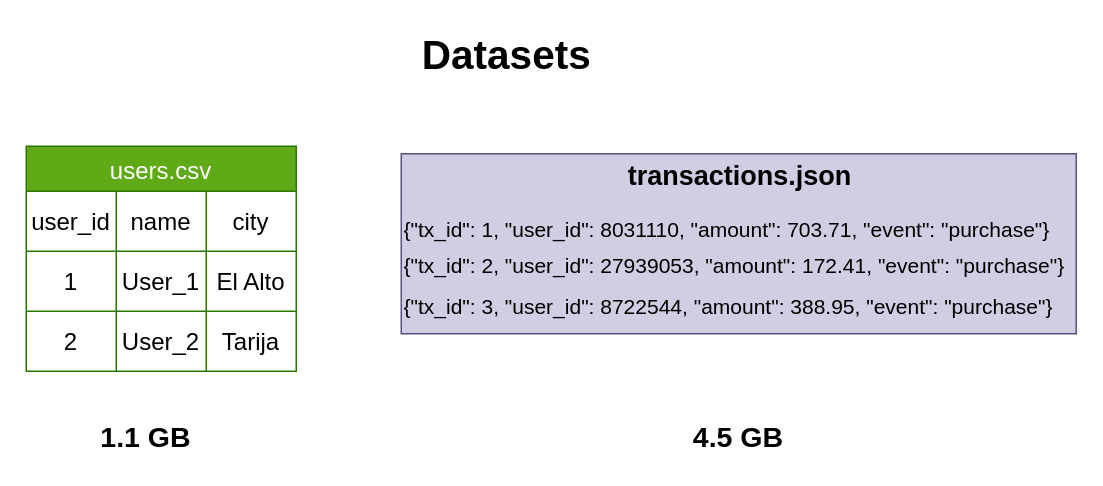
Earlier version of the draw.io diagram page "Datasets" (2 of 8) of assets/architecture.drawio (juanccq/processing-oom-datasets). Source tidied: cells renumbered, new cells numbered last; positions are measured from the earlier drawing's top-left corner, leaving out a move shared by most shapes. Both pictures are drawn from the tidied source at 150%, with x=0, y=0 at pixel (26, 26).
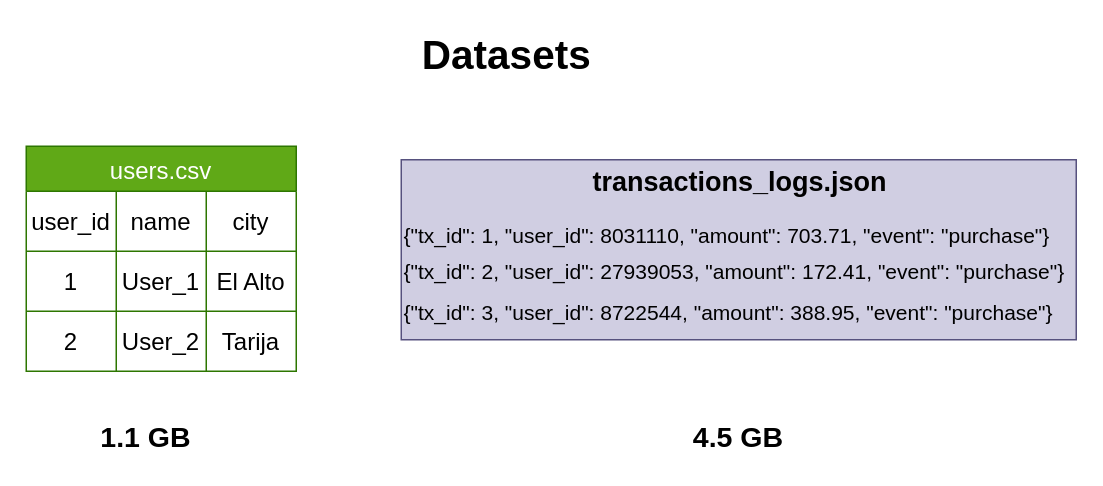
The same page after the edit.

What changed in the source:
```diff
@@
 <mxGraphModel>
   <root>
     <mxCell id="0" />
     <mxCell id="1" parent="0" />
     <mxCell id="2" value="users.csv" style="shape=table;startSize=30;childLayout=tableLayout;strokeColor=#2D7600;fontSize=16;fillColor=#60a917;fontColor=#ffffff;" parent="1" vertex="1">
       <mxGeometry y="80" width="180" height="150" as="geometry" />
     </mxCell>
     <mxCell id="3" style="shape=tableRow;horizontal=0;startSize=0;swimlaneHead=0;swimlaneBody=0;strokeColor=inherit;top=0;left=0;bottom=0;right=0;fillColor=none;fontSize=16;" parent="2" vertex="1">
       <mxGeometry y="30" width="180" height="40" as="geometry" />
     </mxCell>
     <mxCell id="4" value="user_id" style="shape=partialRectangle;html=1;whiteSpace=wrap;strokeColor=inherit;overflow=hidden;fillColor=none;top=0;left=0;bottom=0;right=0;fontSize=16;" parent="3" vertex="1">
       <mxGeometry width="60" height="40" as="geometry" />
     </mxCell>
     <mxCell id="5" value="name" style="shape=partialRectangle;html=1;whiteSpace=wrap;strokeColor=inherit;overflow=hidden;fillColor=none;top=0;left=0;bottom=0;right=0;fontSize=16;" parent="3" vertex="1">
       <mxGeometry x="60" width="60" height="40" as="geometry" />
     </mxCell>
     <mxCell id="6" value="city" style="shape=partialRectangle;html=1;whiteSpace=wrap;strokeColor=inherit;overflow=hidden;fillColor=none;top=0;left=0;bottom=0;right=0;fontSize=16;" parent="3" vertex="1">
       <mxGeometry x="120" width="60" height="40" as="geometry" />
     </mxCell>
     <mxCell id="7" style="shape=tableRow;horizontal=0;startSize=0;swimlaneHead=0;swimlaneBody=0;strokeColor=inherit;top=0;left=0;bottom=0;right=0;fillColor=none;fontSize=16;" parent="2" vertex="1">
       <mxGeometry y="70" width="180" height="40" as="geometry" />
     </mxCell>
     <mxCell id="8" value="1" style="shape=partialRectangle;html=1;whiteSpace=wrap;strokeColor=inherit;overflow=hidden;fillColor=none;top=0;left=0;bottom=0;right=0;fontSize=16;" parent="7" vertex="1">
       <mxGeometry width="60" height="40" as="geometry" />
     </mxCell>
     <mxCell id="9" value="User_1" style="shape=partialRectangle;html=1;whiteSpace=wrap;strokeColor=inherit;overflow=hidden;fillColor=none;top=0;left=0;bottom=0;right=0;fontSize=16;" parent="7" vertex="1">
       <mxGeometry x="60" width="60" height="40" as="geometry" />
     </mxCell>
     <mxCell id="10" value="El Alto" style="shape=partialRectangle;html=1;whiteSpace=wrap;strokeColor=inherit;overflow=hidden;fillColor=none;top=0;left=0;bottom=0;right=0;fontSize=16;" parent="7" vertex="1">
       <mxGeometry x="120" width="60" height="40" as="geometry" />
     </mxCell>
     <mxCell id="11" style="shape=tableRow;horizontal=0;startSize=0;swimlaneHead=0;swimlaneBody=0;strokeColor=inherit;top=0;left=0;bottom=0;right=0;fillColor=none;fontSize=16;" parent="2" vertex="1">
       <mxGeometry y="110" width="180" height="40" as="geometry" />
     </mxCell>
     <mxCell id="12" value="2" style="shape=partialRectangle;html=1;whiteSpace=wrap;strokeColor=inherit;overflow=hidden;fillColor=none;top=0;left=0;bottom=0;right=0;fontSize=16;" parent="11" vertex="1">
       <mxGeometry width="60" height="40" as="geometry" />
     </mxCell>
     <mxCell id="13" value="User_2" style="shape=partialRectangle;html=1;whiteSpace=wrap;strokeColor=inherit;overflow=hidden;fillColor=none;top=0;left=0;bottom=0;right=0;fontSize=16;" parent="11" vertex="1">
       <mxGeometry x="60" width="60" height="40" as="geometry" />
     </mxCell>
     <mxCell id="14" value="Tarija" style="shape=partialRectangle;html=1;whiteSpace=wrap;strokeColor=inherit;overflow=hidden;fillColor=none;top=0;left=0;bottom=0;right=0;fontSize=16;" parent="11" vertex="1">
       <mxGeometry x="120" width="60" height="40" as="geometry" />
     </mxCell>
-    <mxCell id="15" value="&lt;div style=&quot;line-height: 100%;&quot;&gt;&lt;h1 style=&quot;text-align: center; margin-top: 0px; line-height: 50%;&quot;&gt;&lt;span style=&quot;background-color: transparent; color: light-dark(rgb(0, 0, 0), rgb(255, 255, 255));&quot;&gt;&lt;font style=&quot;font-size: 18px; line-height: 50%;&quot;&gt;transactions.json&lt;/font&gt;&lt;/span&gt;&lt;/h1&gt;&lt;h1 style=&quot;margin-top: 0px; line-height: 100%;&quot;&gt;&lt;span style=&quot;background-color: transparent; color: light-dark(rgb(0, 0, 0), rgb(255, 255, 255)); font-weight: normal;&quot;&gt;&lt;font style=&quot;line-height: 100%; font-size: 14px;&quot;&gt;{&quot;tx_id&quot;: 1, &quot;user_id&quot;: 8031110, &quot;amount&quot;: 703.71, &quot;event&quot;: &quot;purchase&quot;}&lt;/font&gt;&lt;/span&gt;&lt;span style=&quot;font-size: 14px; background-color: transparent; color: light-dark(rgb(0, 0, 0), rgb(255, 255, 255)); font-weight: normal;&quot;&gt;{&quot;tx_id&quot;: 2, &quot;user_id&quot;: 27939053, &quot;amount&quot;: 172.41, &quot;event&quot;: &quot;purchase&quot;}&lt;/span&gt;&lt;span style=&quot;font-size: 14px; background-color: transparent; color: light-dark(rgb(0, 0, 0), rgb(255, 255, 255)); font-weight: normal;&quot;&gt;{&quot;tx_id&quot;: 3, &quot;user_id&quot;: 8722544, &quot;amount&quot;: 388.95, &quot;event&quot;: &quot;purchase&quot;}&lt;/span&gt;&lt;/h1&gt;&lt;div&gt;&lt;span style=&quot;background-color: transparent;&quot;&gt;&lt;div style=&quot;color: light-dark(rgb(0, 0, 0), rgb(255, 255, 255));&quot;&gt;&lt;br&gt;&lt;/div&gt;&lt;/span&gt;&lt;/div&gt;&lt;h1 style=&quot;margin-top: 0px;&quot;&gt;&lt;/h1&gt;&lt;/div&gt;" style="text;html=1;whiteSpace=wrap;overflow=hidden;rounded=0;strokeColor=#56517e;fillColor=#d0cee2;" parent="1" vertex="1">
-      <mxGeometry x="250" y="85" width="450" height="120" as="geometry" />
+    <mxCell id="15" value="&lt;div style=&quot;line-height: 100%;&quot;&gt;&lt;h1 style=&quot;text-align: center; margin-top: 0px; line-height: 50%;&quot;&gt;&lt;span style=&quot;background-color: transparent; color: light-dark(rgb(0, 0, 0), rgb(255, 255, 255));&quot;&gt;&lt;font style=&quot;font-size: 18px; line-height: 50%;&quot;&gt;transactions_logs.json&lt;/font&gt;&lt;/span&gt;&lt;/h1&gt;&lt;h1 style=&quot;margin-top: 0px; line-height: 100%;&quot;&gt;&lt;span style=&quot;background-color: transparent; color: light-dark(rgb(0, 0, 0), rgb(255, 255, 255)); font-weight: normal;&quot;&gt;&lt;font style=&quot;line-height: 100%; font-size: 14px;&quot;&gt;{&quot;tx_id&quot;: 1, &quot;user_id&quot;: 8031110, &quot;amount&quot;: 703.71, &quot;event&quot;: &quot;purchase&quot;}&lt;/font&gt;&lt;/span&gt;&lt;span style=&quot;font-size: 14px; background-color: transparent; color: light-dark(rgb(0, 0, 0), rgb(255, 255, 255)); font-weight: normal;&quot;&gt;{&quot;tx_id&quot;: 2, &quot;user_id&quot;: 27939053, &quot;amount&quot;: 172.41, &quot;event&quot;: &quot;purchase&quot;}&lt;/span&gt;&lt;span style=&quot;font-size: 14px; background-color: transparent; color: light-dark(rgb(0, 0, 0), rgb(255, 255, 255)); font-weight: normal;&quot;&gt;{&quot;tx_id&quot;: 3, &quot;user_id&quot;: 8722544, &quot;amount&quot;: 388.95, &quot;event&quot;: &quot;purchase&quot;}&lt;/span&gt;&lt;/h1&gt;&lt;div&gt;&lt;span style=&quot;background-color: transparent;&quot;&gt;&lt;div style=&quot;color: light-dark(rgb(0, 0, 0), rgb(255, 255, 255));&quot;&gt;&lt;br&gt;&lt;/div&gt;&lt;/span&gt;&lt;/div&gt;&lt;h1 style=&quot;margin-top: 0px;&quot;&gt;&lt;/h1&gt;&lt;/div&gt;" style="text;html=1;whiteSpace=wrap;overflow=hidden;rounded=0;strokeColor=#56517e;fillColor=#d0cee2;" parent="1" vertex="1">
+      <mxGeometry x="250" y="89" width="450" height="120" as="geometry" />
     </mxCell>
     <mxCell id="16" value="Datasets" style="text;strokeColor=none;fillColor=none;html=1;fontSize=27;fontStyle=1;verticalAlign=middle;align=center;autosizeText=1;" parent="1" vertex="1">
       <mxGeometry x="240" width="160" height="40" as="geometry" />
     </mxCell>
     <mxCell id="17" value="&lt;b&gt;&lt;font style=&quot;font-size: 19px;&quot;&gt;1.1 GB&lt;/font&gt;&lt;/b&gt;" style="text;html=1;whiteSpace=wrap;strokeColor=none;fillColor=none;align=center;verticalAlign=middle;rounded=0;" parent="1" vertex="1">
       <mxGeometry x="40" y="260" width="80" height="30" as="geometry" />
     </mxCell>
     <mxCell id="18" value="&lt;b&gt;&lt;font style=&quot;font-size: 19px;&quot;&gt;4.5 GB&lt;/font&gt;&lt;/b&gt;" style="text;html=1;whiteSpace=wrap;strokeColor=none;fillColor=none;align=center;verticalAlign=middle;rounded=0;" parent="1" vertex="1">
       <mxGeometry x="435" y="260" width="80" height="30" as="geometry" />
     </mxCell>
   </root>
 </mxGraphModel>
```
